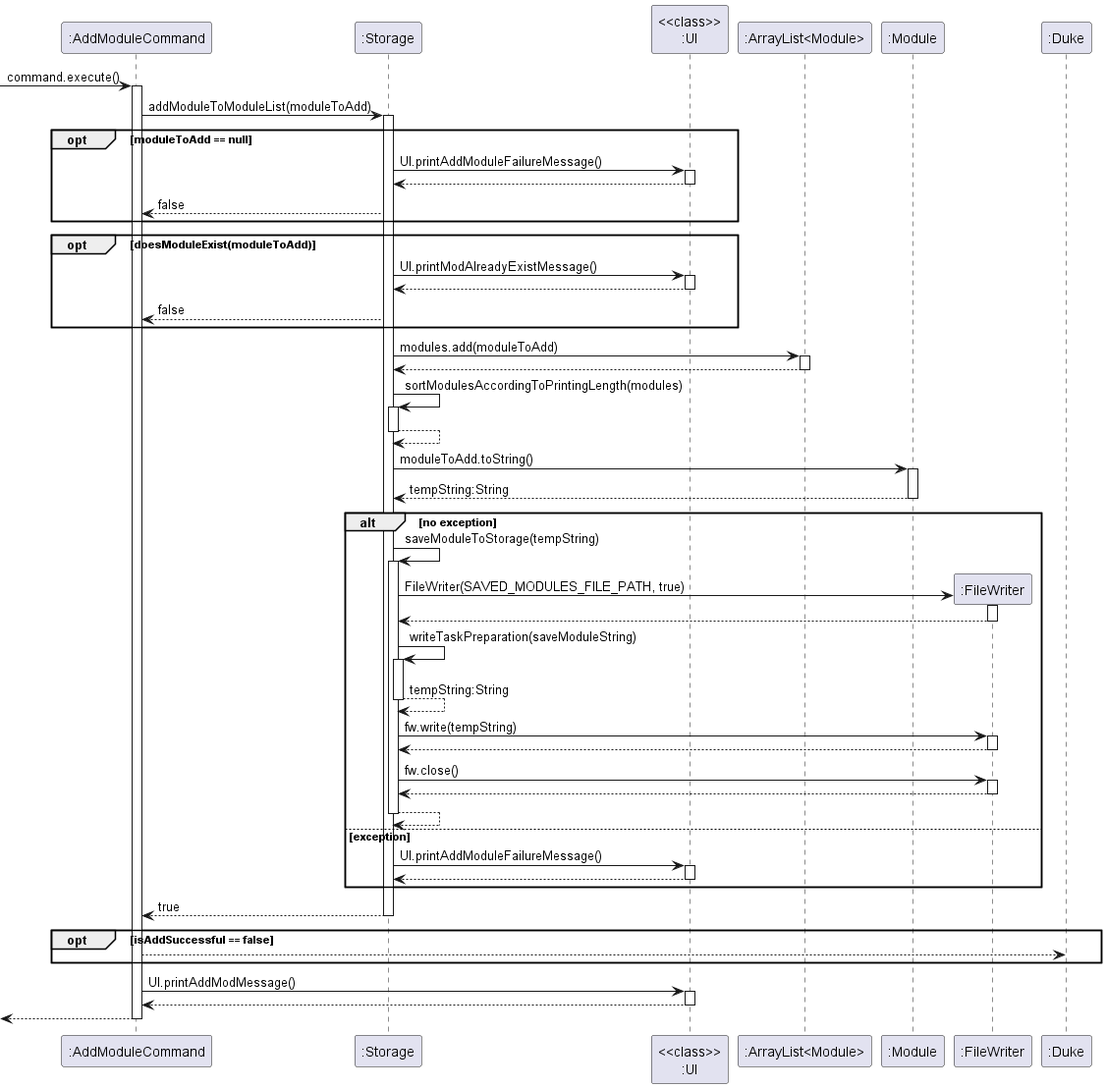
This is docs/diagrams/Storage/StorageAddModule.png from nus-cs2113-AY2223S2/tp, a PlantUML export, as it was before one commit.
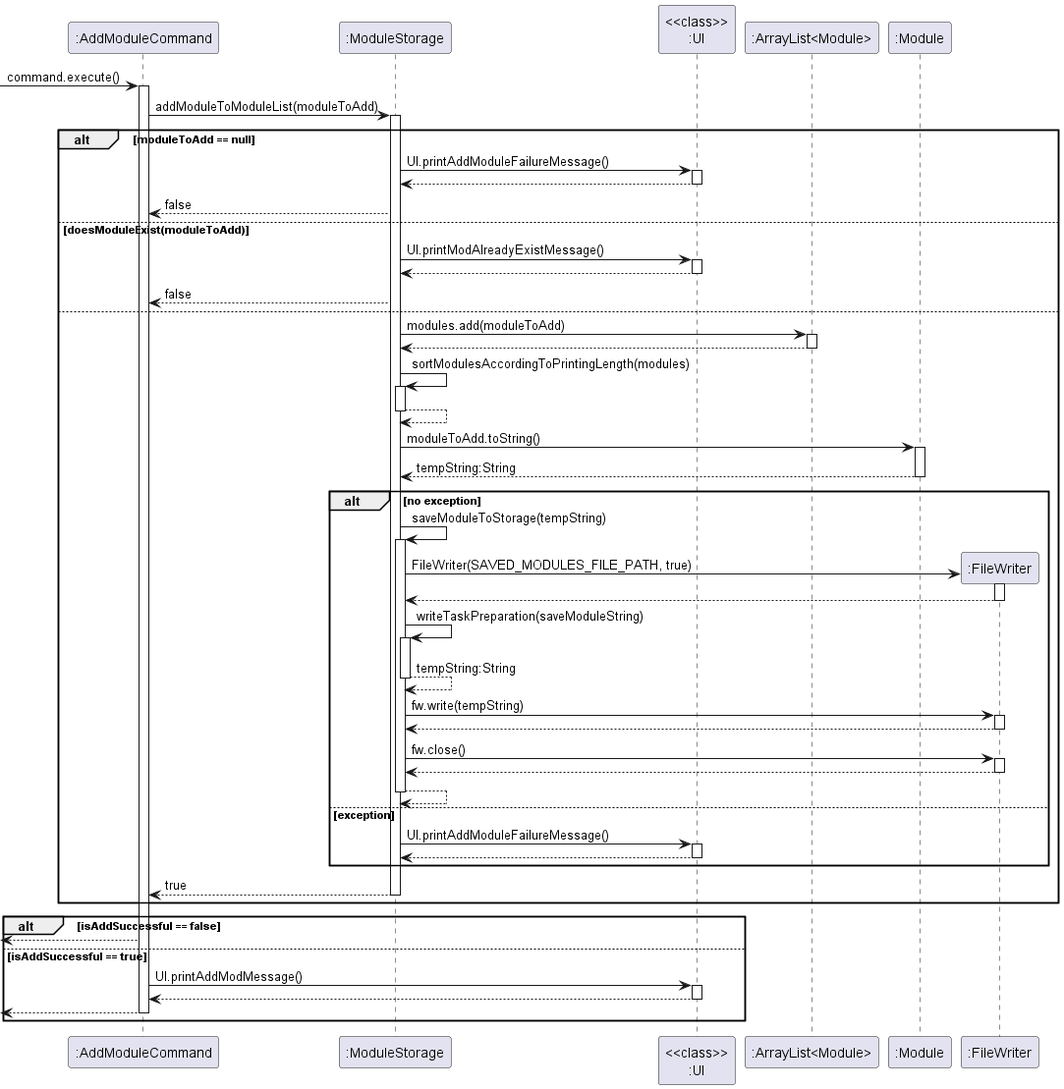
Above is the later version.

Commit message:
Change Storage to ModuleStorage in Sequence Diagrams and update png file

Diff of the diagram source:
```diff
@@ -1,78 +1,79 @@
 @startuml
 -> ":AddModuleCommand" : command.execute()
 activate ":AddModuleCommand"
-":AddModuleCommand" -> ":Storage" : addModuleToModuleList(moduleToAdd)
-activate ":Storage"
-opt moduleToAdd == null
-":Storage" -> "<<class>>\n:UI" : UI.printAddModuleFailureMessage()
+":AddModuleCommand" -> ":ModuleStorage" : addModuleToModuleList(moduleToAdd)
+activate ":ModuleStorage"
+alt moduleToAdd == null
+":ModuleStorage" -> "<<class>>\n:UI" : UI.printAddModuleFailureMessage()
 activate "<<class>>\n:UI"
-":Storage" <-- "<<class>>\n:UI"
+":ModuleStorage" <-- "<<class>>\n:UI"
 deactivate "<<class>>\n:UI"
-":AddModuleCommand"<-- ":Storage" : false
-end
+":AddModuleCommand"<-- ":ModuleStorage" : false
 
-opt doesModuleExist(moduleToAdd)
-":Storage" -> "<<class>>\n:UI" : UI.printModAlreadyExistMessage()
+else doesModuleExist(moduleToAdd)
+":ModuleStorage" -> "<<class>>\n:UI" : UI.printModAlreadyExistMessage()
 activate "<<class>>\n:UI"
-":Storage" <-- "<<class>>\n:UI"
+":ModuleStorage" <-- "<<class>>\n:UI"
 deactivate "<<class>>\n:UI"
-":AddModuleCommand"<-- ":Storage" : false
-end
+":AddModuleCommand"<-- ":ModuleStorage" : false
 
-":Storage" -> ":ArrayList<Module>" : modules.add(moduleToAdd)
+else
+":ModuleStorage" -> ":ArrayList<Module>" : modules.add(moduleToAdd)
 activate ":ArrayList<Module>"
-":Storage" <-- ":ArrayList<Module>"
+":ModuleStorage" <-- ":ArrayList<Module>"
 deactivate ":ArrayList<Module>"
 
-":Storage" -> ":Storage": sortModulesAccordingToPrintingLength(modules)
-activate ":Storage"
-":Storage" --> ":Storage":
-deactivate ":Storage"
+":ModuleStorage" -> ":ModuleStorage": sortModulesAccordingToPrintingLength(modules)
+activate ":ModuleStorage"
+":ModuleStorage" --> ":ModuleStorage":
+deactivate ":ModuleStorage"
 
-":Storage" -> ":Module" : moduleToAdd.toString()
+":ModuleStorage" -> ":Module" : moduleToAdd.toString()
 activate ":Module"
-":Storage" <-- ":Module" : tempString:String
+":ModuleStorage" <-- ":Module" : tempString:String
 deactivate ":Module"
 
 alt no exception
-":Storage" -> ":Storage" : saveModuleToStorage(tempString)
-activate ":Storage"
+":ModuleStorage" -> ":ModuleStorage" : saveModuleToStorage(tempString)
+activate ":ModuleStorage"
 create ":FileWriter"
-":Storage" -> ":FileWriter" : FileWriter(SAVED_MODULES_FILE_PATH, true)
+":ModuleStorage" -> ":FileWriter" : FileWriter(SAVED_MODULES_FILE_PATH, true)
 activate ":FileWriter"
-":Storage" <-- ":FileWriter"
+":ModuleStorage" <-- ":FileWriter"
 deactivate ":FileWriter"
-":Storage" -> ":Storage" : writeTaskPreparation(saveModuleString)
-activate ":Storage"
-":Storage" --> ":Storage" : tempString:String
-deactivate ":Storage"
-":Storage" -> ":FileWriter" : fw.write(tempString)
+":ModuleStorage" -> ":ModuleStorage" : writeTaskPreparation(saveModuleString)
+activate ":ModuleStorage"
+":ModuleStorage" --> ":ModuleStorage" : tempString:String
+deactivate ":ModuleStorage"
+":ModuleStorage" -> ":FileWriter" : fw.write(tempString)
 activate ":FileWriter"
-":Storage" <-- ":FileWriter"
+":ModuleStorage" <-- ":FileWriter"
 deactivate ":FileWriter"
-":Storage" -> ":FileWriter" : fw.close()
+":ModuleStorage" -> ":FileWriter" : fw.close()
 activate ":FileWriter"
-":Storage" <-- ":FileWriter"
+":ModuleStorage" <-- ":FileWriter"
 deactivate ":FileWriter"
-":Storage" --> ":Storage"
-deactivate ":Storage"
+":ModuleStorage" --> ":ModuleStorage"
+deactivate ":ModuleStorage"
 else exception
-":Storage" -> "<<class>>\n:UI" :  UI.printAddModuleFailureMessage()
+":ModuleStorage" -> "<<class>>\n:UI" :  UI.printAddModuleFailureMessage()
 activate "<<class>>\n:UI"
-":Storage" <-- "<<class>>\n:UI"
+":ModuleStorage" <-- "<<class>>\n:UI"
 deactivate "<<class>>\n:UI"
 end
-":AddModuleCommand" <-- ":Storage" : true
-deactivate ":Storage"
-opt isAddSuccessful == false
-":AddModuleCommand" --> ":Duke"
+":AddModuleCommand" <-- ":ModuleStorage" : true
+deactivate ":ModuleStorage"
 end
+alt isAddSuccessful == false
+<-- ":AddModuleCommand"
+else isAddSuccessful == true
 ":AddModuleCommand" -> "<<class>>\n:UI" : UI.printAddModMessage()
 activate "<<class>>\n:UI"
 ":AddModuleCommand" <-- "<<class>>\n:UI"
 deactivate "<<class>>\n:UI"
 <-- ":AddModuleCommand"
 deactivate ":AddModuleCommand"
+end
 
 
 @enduml
```
